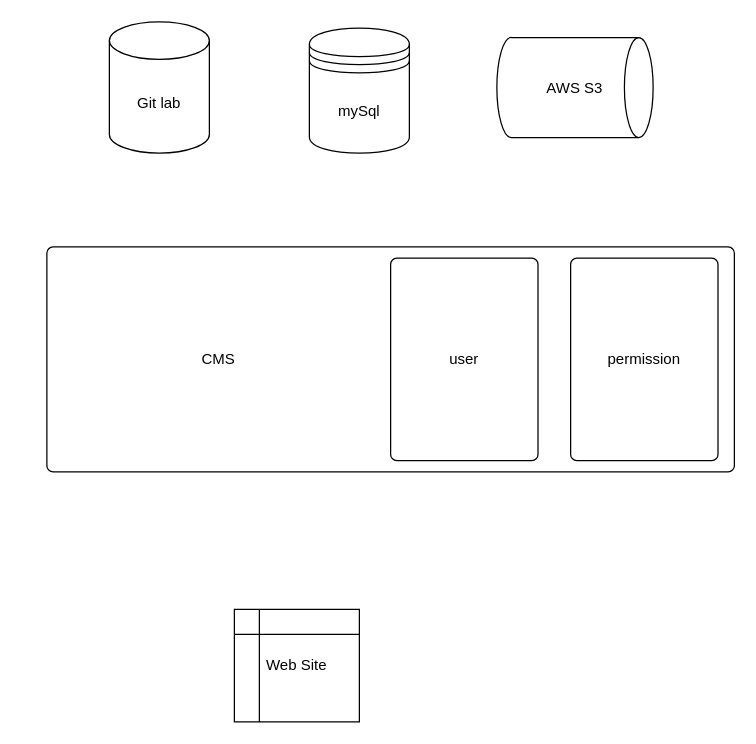
The draw.io diagram page "CMS架构图" (6 of 6) of 工程化体系建设.drawio in zonewancheng/diagrames, before the edit. Source tidied: cells renumbered, new cells numbered last; positions are measured from the earlier drawing's top-left corner, leaving out a move shared by most shapes. Both pictures are drawn from the tidied source at 125%, with x=0, y=0 at pixel (46, 21).
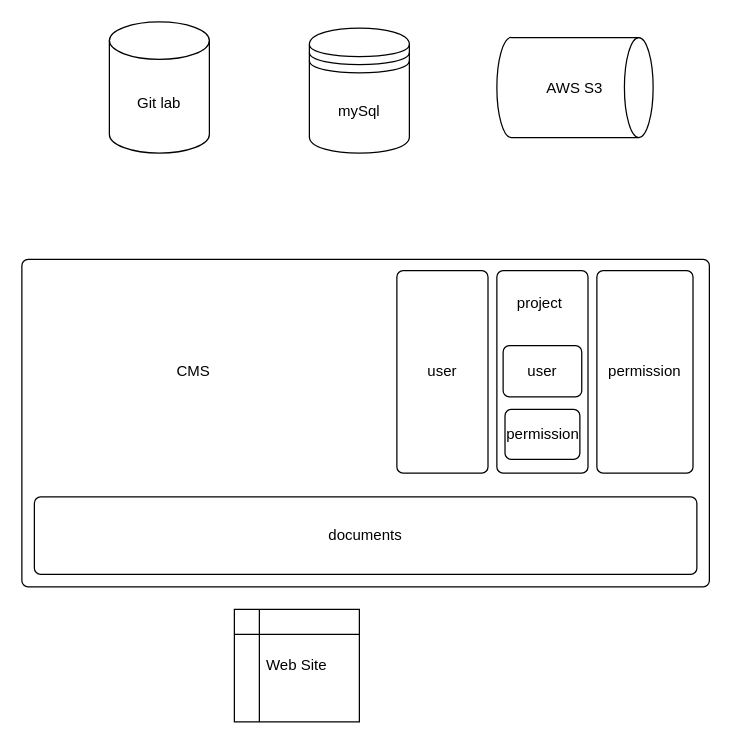
After the change.

Commit message (it also covers changes not shown here):
更新工程化体系建设.drawio

The edit, as a diff of the source:
```diff
@@
 <mxGraphModel>
   <root>
     <mxCell id="0" />
     <mxCell id="1" parent="0" />
     <mxCell id="2" value="Git lab" style="shape=cylinder3;whiteSpace=wrap;html=1;boundedLbl=1;backgroundOutline=1;size=15;" parent="1" vertex="1">
       <mxGeometry x="50" width="80" height="105" as="geometry" />
     </mxCell>
     <mxCell id="3" value="Web Site" style="shape=internalStorage;whiteSpace=wrap;html=1;backgroundOutline=1;" parent="1" vertex="1">
       <mxGeometry x="150" y="470" width="100" height="90" as="geometry" />
     </mxCell>
     <mxCell id="4" value="mySql" style="shape=datastore;whiteSpace=wrap;html=1;" parent="1" vertex="1">
       <mxGeometry x="210" y="5" width="80" height="100" as="geometry" />
     </mxCell>
     <mxCell id="5" style="rounded=1;absoluteArcSize=1;html=1;arcSize=10;" parent="1" vertex="1">
-      <mxGeometry y="180" width="550" height="180" as="geometry" />
+      <mxGeometry x="-20" y="190" width="550" height="262" as="geometry" />
     </mxCell>
     <mxCell id="6" value="CMS" style="html=1;shape=mxgraph.er.anchor;whiteSpace=wrap;" parent="5" vertex="1">
       <mxGeometry width="275" height="180" as="geometry" />
     </mxCell>
     <mxCell id="7" value="user" style="rounded=1;absoluteArcSize=1;html=1;arcSize=10;whiteSpace=wrap;strokeColor=inherit;fillColor=inherit;" parent="5" vertex="1">
-      <mxGeometry x="275" y="9" width="117.9" height="162" as="geometry" />
+      <mxGeometry x="300" y="9" width="72.9" height="162" as="geometry" />
     </mxCell>
     <mxCell id="8" value="permission" style="rounded=1;absoluteArcSize=1;html=1;arcSize=10;whiteSpace=wrap;strokeColor=inherit;fillColor=inherit;" parent="5" vertex="1">
-      <mxGeometry x="419" y="9" width="117.9" height="162" as="geometry" />
+      <mxGeometry x="460" y="9" width="76.9" height="162" as="geometry" />
     </mxCell>
+    <mxCell id="10" style="rounded=1;absoluteArcSize=1;html=1;arcSize=10;whiteSpace=wrap;strokeColor=inherit;fillColor=inherit;" parent="5" vertex="1">
+      <mxGeometry x="380" y="9" width="72.9" height="162" as="geometry" />
+    </mxCell>
+    <mxCell id="11" value="permission" style="rounded=1;absoluteArcSize=1;html=1;arcSize=10;whiteSpace=wrap;strokeColor=inherit;fillColor=inherit;" parent="5" vertex="1">
+      <mxGeometry x="386.5" y="120" width="59.9" height="40" as="geometry" />
+    </mxCell>
+    <mxCell id="12" value="project" style="html=1;shape=mxgraph.er.anchor;whiteSpace=wrap;" parent="5" vertex="1">
+      <mxGeometry x="386.5" y="10" width="55" height="50" as="geometry" />
+    </mxCell>
+    <mxCell id="13" value="user" style="rounded=1;absoluteArcSize=1;html=1;arcSize=10;whiteSpace=wrap;strokeColor=inherit;fillColor=inherit;" parent="5" vertex="1">
+      <mxGeometry x="385" y="69" width="62.9" height="41" as="geometry" />
+    </mxCell>
+    <mxCell id="14" value="documents" style="rounded=1;absoluteArcSize=1;html=1;arcSize=10;whiteSpace=wrap;strokeColor=inherit;fillColor=inherit;" parent="5" vertex="1">
+      <mxGeometry x="10" y="190" width="530" height="62" as="geometry" />
+    </mxCell>
     <mxCell id="9" value="AWS S3" style="strokeWidth=1;html=1;shape=mxgraph.flowchart.direct_data;whiteSpace=wrap;" parent="1" vertex="1">
       <mxGeometry x="360" y="12.5" width="125" height="80" as="geometry" />
     </mxCell>
   </root>
 </mxGraphModel>
```
